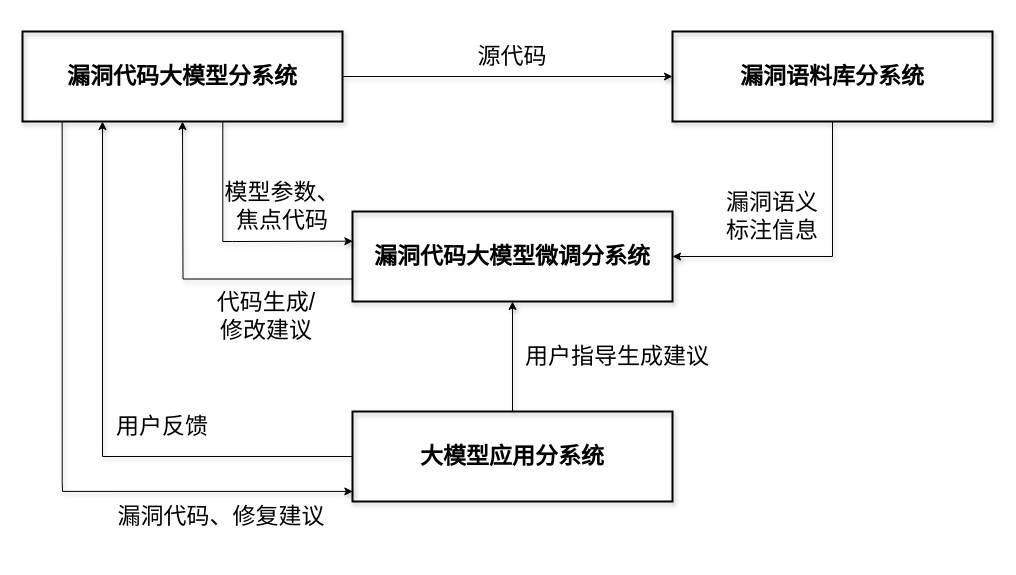
Earlier version of the draw.io diagram 系统——内部信息图.drawio (LovenSar/-). Source tidied: cells renumbered, new cells numbered last; positions are measured from the earlier drawing's top-left corner, leaving out a move shared by most shapes. Both pictures are drawn from the tidied source at 100%, with x=0, y=0 at pixel (22, 21).
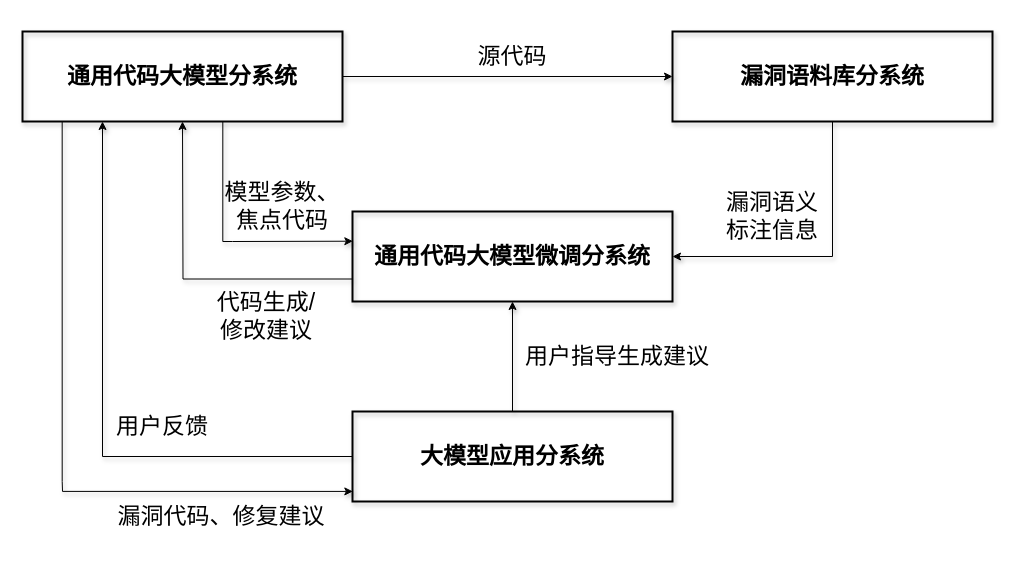
The same page after the edit.

Commit message (it also covers changes not shown here):
更新系统——内部信息图.drawio

What changed in the source:
```diff
@@
-    <mxCell id="5" value="漏洞代码大模型分系统" style="rounded=0;whiteSpace=wrap;html=1;strokeWidth=2;gradientColor=default;fillColor=none;shadow=1;fontSize=23;fontFamily=宋体;fontStyle=1;" parent="1" vertex="1">
+    <mxCell id="5" value="通用代码大模型分系统" style="rounded=0;whiteSpace=wrap;html=1;strokeWidth=2;gradientColor=default;fillColor=none;shadow=1;fontSize=23;fontFamily=宋体;fontStyle=1;" parent="1" vertex="1">
       <mxGeometry y="10" width="320" height="90" as="geometry" />
     </mxCell>
@@
-    <mxCell id="7" value="漏洞代码大模型微调分系统" style="rounded=0;whiteSpace=wrap;html=1;strokeWidth=2;gradientColor=default;fillColor=none;shadow=1;fontSize=23;fontFamily=宋体;fontStyle=1;" parent="1" vertex="1">
+    <mxCell id="7" value="通用代码大模型微调分系统" style="rounded=0;whiteSpace=wrap;html=1;strokeWidth=2;gradientColor=default;fillColor=none;shadow=1;fontSize=23;fontFamily=宋体;fontStyle=1;" parent="1" vertex="1">
       <mxGeometry x="330" y="190" width="320" height="90" as="geometry" />
     </mxCell>
```
